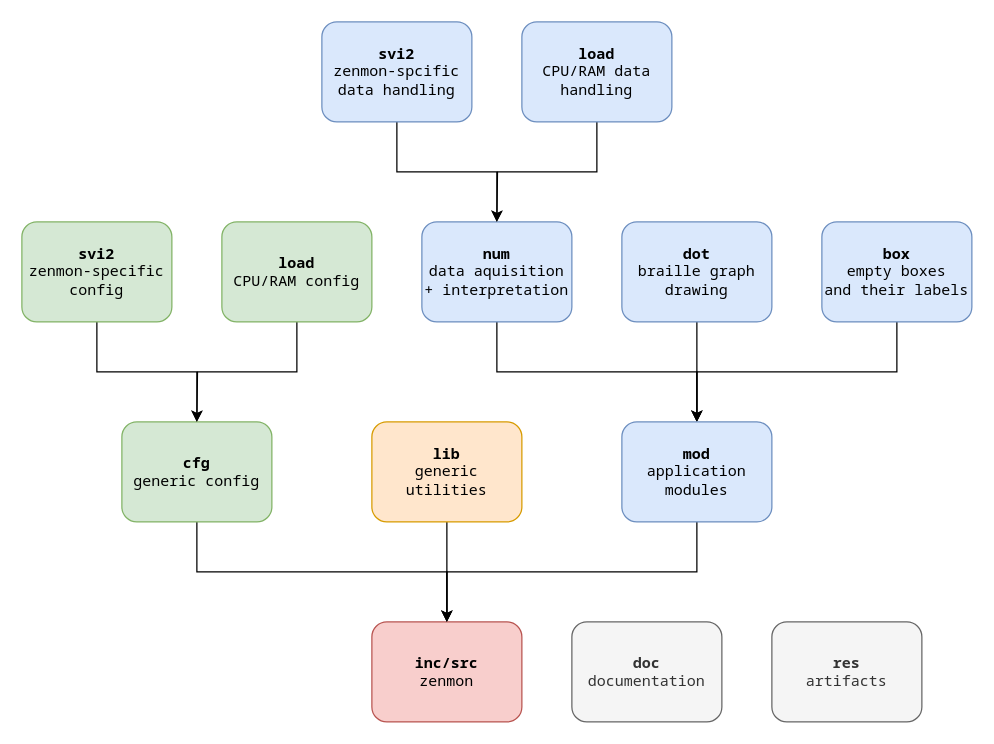
The draw.io diagram doc/block-diag.drawio in huiwahkit/zenmon, before the edit. Source tidied: cells renumbered, new cells numbered last; positions are measured from the earlier drawing's top-left corner, leaving out a move shared by most shapes. Both pictures are drawn from the tidied source at 125%, with x=0, y=0 at pixel (21, 21).
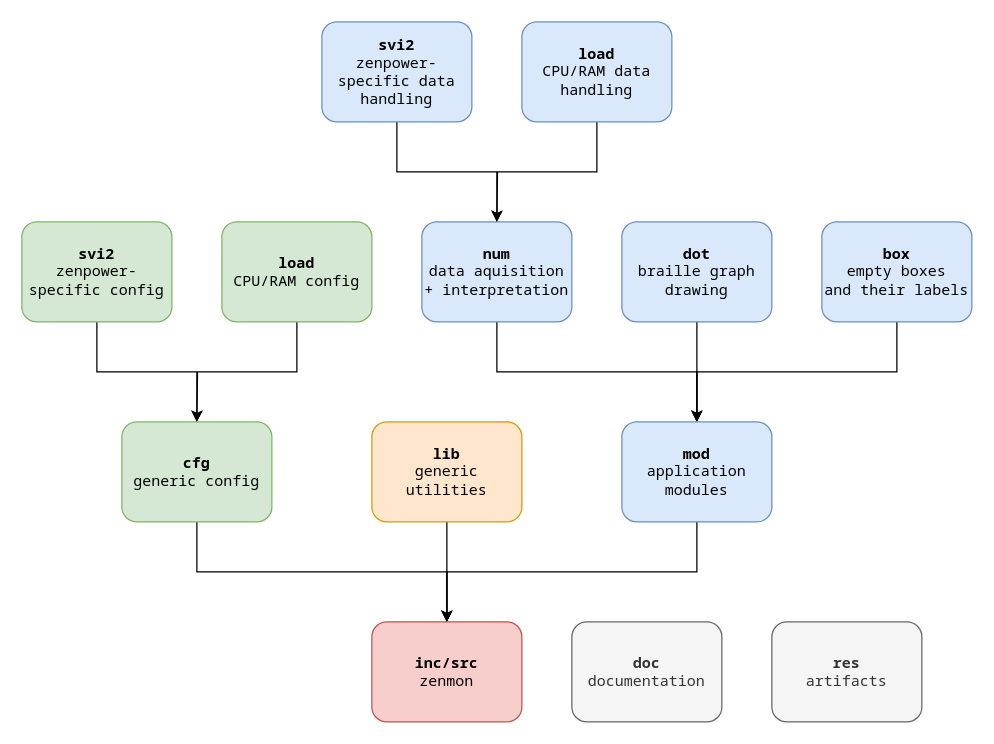
The same diagram, later.

Commit message (it also covers changes not shown here):
Zenpower label

The edit, as a diff of the source:
```diff
@@
-    <mxCell id="12" value="&lt;div&gt;&lt;b&gt;svi2&lt;/b&gt;&lt;/div&gt;&lt;div&gt;zenmon-spcific data handling&lt;br&gt;&lt;/div&gt;" style="rounded=1;whiteSpace=wrap;html=1;fontFamily=Noto Sans Mono;fillColor=#dae8fc;strokeColor=#6c8ebf;" parent="1" vertex="1">
+    <mxCell id="12" value="&lt;div&gt;&lt;b&gt;svi2&lt;/b&gt;&lt;/div&gt;&lt;div&gt;zenpower-specific data handling&lt;br&gt;&lt;/div&gt;" style="rounded=1;whiteSpace=wrap;html=1;fontFamily=Noto Sans Mono;fillColor=#dae8fc;strokeColor=#6c8ebf;" parent="1" vertex="1">
       <mxGeometry x="240" width="120" height="80" as="geometry" />
     </mxCell>
@@
-    <mxCell id="18" value="&lt;div&gt;&lt;b&gt;svi2&lt;/b&gt;&lt;/div&gt;&lt;div&gt;zenmon-specific config&lt;br&gt;&lt;/div&gt;" style="rounded=1;whiteSpace=wrap;html=1;fontFamily=Noto Sans Mono;fillColor=#d5e8d4;strokeColor=#82b366;" parent="1" vertex="1">
+    <mxCell id="18" value="&lt;div&gt;&lt;b&gt;svi2&lt;/b&gt;&lt;/div&gt;&lt;div&gt;zenpower-specific config&lt;br&gt;&lt;/div&gt;" style="rounded=1;whiteSpace=wrap;html=1;fontFamily=Noto Sans Mono;fillColor=#d5e8d4;strokeColor=#82b366;" parent="1" vertex="1">
       <mxGeometry y="160" width="120" height="80" as="geometry" />
     </mxCell>
```
